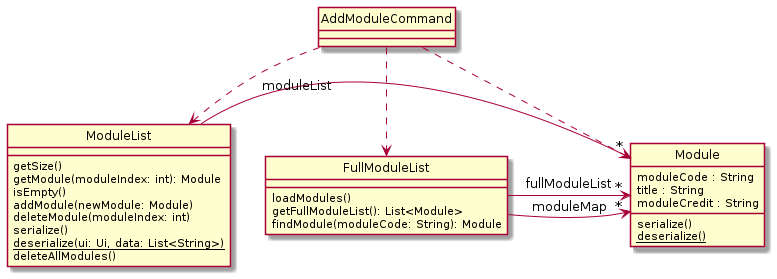
Above: docs/images/ModuleComponentDiagram.png in nus-cs2113-AY2122S1/tp (PlantUML), before the change. Source of this version:
```plantuml
@startuml
hide Circle
skinparam classAttributeIconSize 0

class Module {
    moduleCode : String
    title : String
    moduleCredit : String

    serialize()
    {static} deserialize()
}

class ModuleList {
    getSize()
    getModule(moduleIndex: int): Module
    isEmpty()
    addModule(newModule: Module)
    deleteModule(moduleIndex: int)
    serialize()
    {static} deserialize(ui: Ui, data: List<String>)
    deleteAllModules()
}

class FullModuleList {
    loadModules()
    getFullModuleList(): List<Module>
    findModule(moduleCode: String): Module
}

ModuleList -> "*" Module : moduleList
FullModuleList -> "*" Module : fullModuleList
FullModuleList -> "*" Module : moduleMap

class AddModuleCommand
AddModuleCommand ..> Module
AddModuleCommand ..> ModuleList
AddModuleCommand ..> FullModuleList
@enduml
```
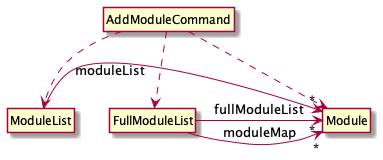
After the change.

Commit message:
Remove attributes from model component UML diagram

The edit, as a diff of the source:
```diff
@@ -2,35 +2,15 @@
 hide Circle
 skinparam classAttributeIconSize 0
 
-class Module {
-    moduleCode : String
-    title : String
-    moduleCredit : String
-
-    serialize()
-    {static} deserialize()
-}
-
-class ModuleList {
-    getSize()
-    getModule(moduleIndex: int): Module
-    isEmpty()
-    addModule(newModule: Module)
-    deleteModule(moduleIndex: int)
-    serialize()
-    {static} deserialize(ui: Ui, data: List<String>)
-    deleteAllModules()
-}
-
-class FullModuleList {
-    loadModules()
-    getFullModuleList(): List<Module>
-    findModule(moduleCode: String): Module
-}
+class Module
+class ModuleList
+class FullModuleList
 
 ModuleList -> "*" Module : moduleList
 FullModuleList -> "*" Module : fullModuleList
 FullModuleList -> "*" Module : moduleMap
+
+hide members
 
 class AddModuleCommand
 AddModuleCommand ..> Module
```
